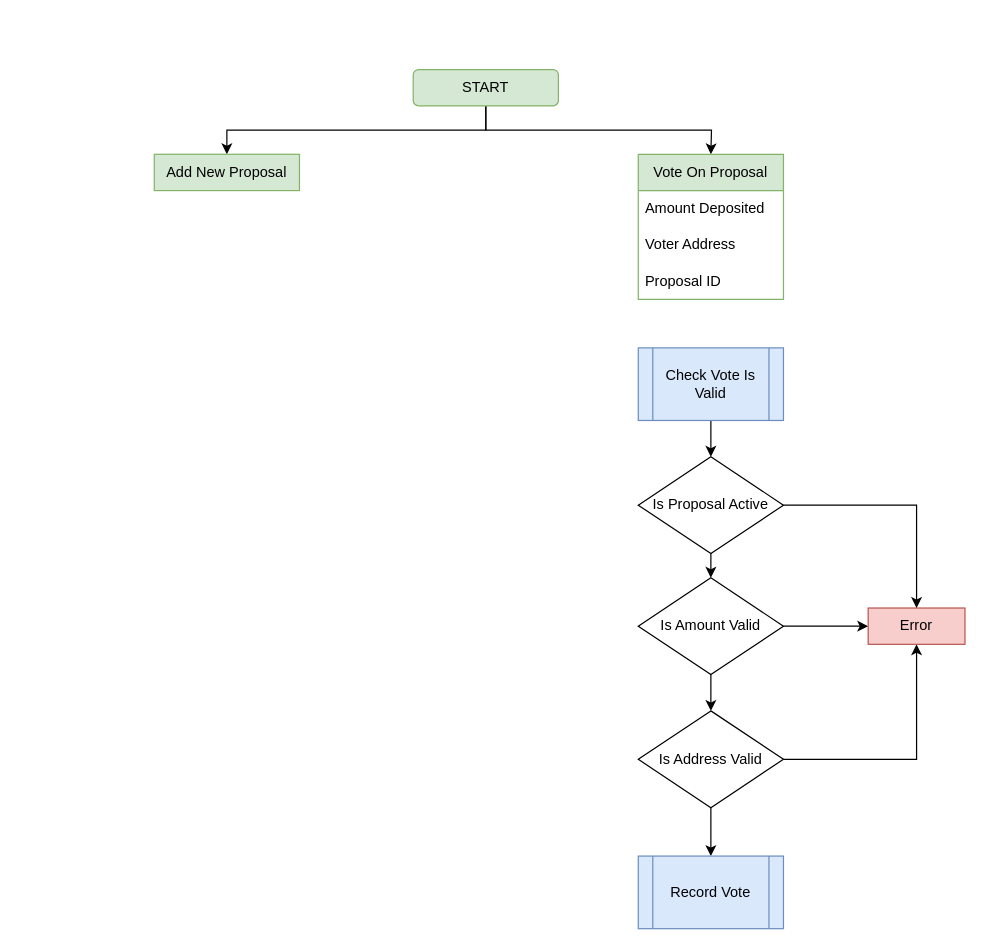
The draw.io diagram Graphite.drawio in hello-adam-martin/diagrams, before the edit. Source tidied: cells renumbered, new cells numbered last; positions are measured from the earlier drawing's top-left corner, leaving out a move shared by most shapes. Both pictures are drawn from the tidied source at 121%, with x=0, y=0 at pixel (154, 69).
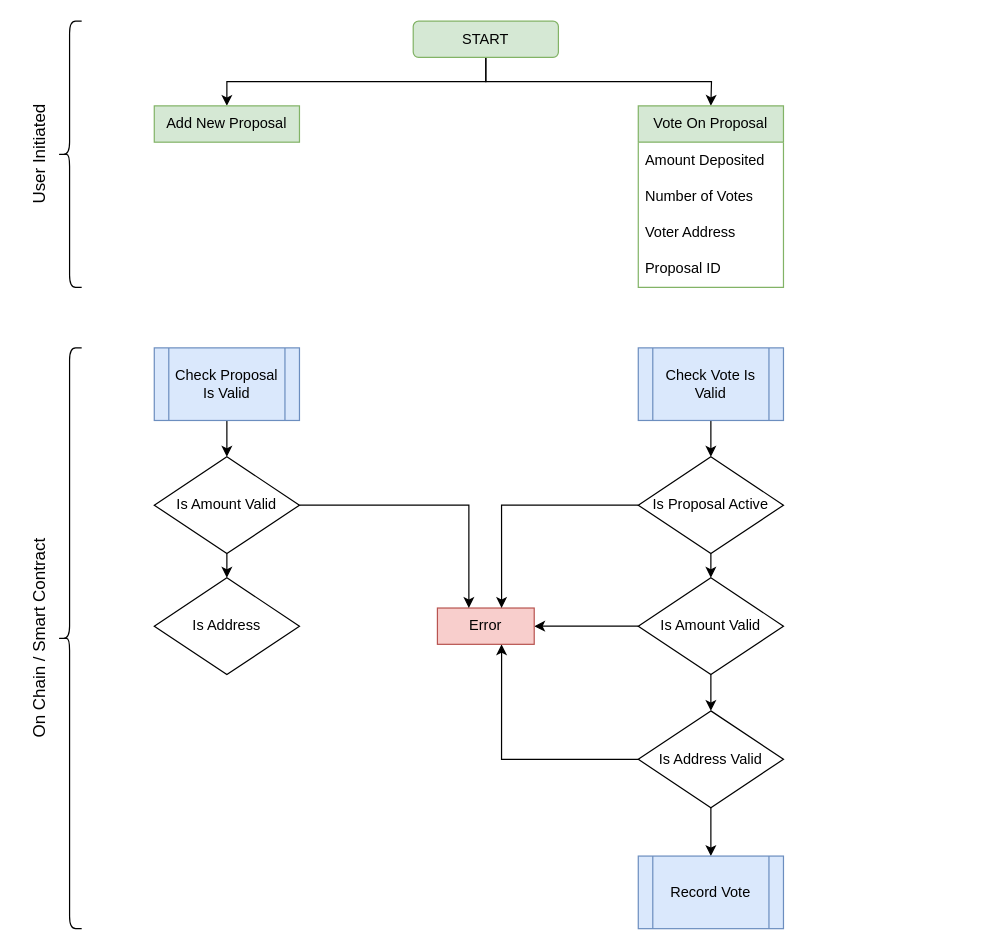
The same diagram, later.

Unchanged cells that the change refers to:
```xml
<mxCell id="14" value="Is Amount Valid" style="rhombus;whiteSpace=wrap;html=1;" parent="1" vertex="1">
  <mxGeometry x="400" y="420" width="120" height="80" as="geometry" />
</mxCell>
<mxCell id="17" value="Is Address Valid" style="rhombus;whiteSpace=wrap;html=1;" parent="1" vertex="1">
  <mxGeometry x="400" y="530" width="120" height="80" as="geometry" />
</mxCell>
<mxCell id="19" value="Record Vote" style="shape=process;whiteSpace=wrap;html=1;backgroundOutline=1;fillColor=#dae8fc;strokeColor=#6c8ebf;" parent="1" vertex="1">
  <mxGeometry x="400" y="650" width="120" height="60" as="geometry" />
</mxCell>
<mxCell id="22" value="Is Proposal Active" style="rhombus;whiteSpace=wrap;html=1;" parent="1" vertex="1">
  <mxGeometry x="400" y="320" width="120" height="80" as="geometry" />
</mxCell>
```

Diff of the diagram source:
```diff
@@
     <mxCell id="3" style="edgeStyle=orthogonalEdgeStyle;rounded=0;jettySize=auto;html=1;exitX=0.5;exitY=1;exitDx=0;exitDy=0;entryX=0.5;entryY=0;entryDx=0;entryDy=0;" parent="1" edge="1" source="4">
       <mxGeometry relative="1" as="geometry">
-        <mxPoint x="460" y="70" as="targetPoint" />
+        <mxPoint x="460" y="30" as="targetPoint" />
       </mxGeometry>
     </mxCell>
     <mxCell id="4" value="START" style="rounded=1;whiteSpace=wrap;html=1;fillColor=#d5e8d4;strokeColor=#82b366;" parent="1" vertex="1">
-      <mxGeometry x="214" width="120" height="30" as="geometry" />
+      <mxGeometry x="214" y="-40" width="120" height="30" as="geometry" />
     </mxCell>
     <mxCell id="5" value="Add New Proposal" style="rounded=0;whiteSpace=wrap;html=1;fillColor=#d5e8d4;strokeColor=#82b366;" parent="1" vertex="1">
-      <mxGeometry y="70" width="120" height="30" as="geometry" />
+      <mxGeometry y="30" width="120" height="30" as="geometry" />
     </mxCell>
     <mxCell id="6" value="Vote On Proposal" style="swimlane;fontStyle=0;horizontal=1;startSize=30;whiteSpace=wrap;html=1;swimlaneLine=1;fillColor=#d5e8d4;strokeColor=#82b366;" parent="1" vertex="1">
-      <mxGeometry x="400" y="70" width="120" height="120" as="geometry" />
+      <mxGeometry x="400" y="30" width="120" height="150" as="geometry" />
     </mxCell>
@@
+    <mxCell id="23" value="Number of Votes" style="text;strokeColor=none;fillColor=none;align=left;verticalAlign=middle;spacingLeft=4;spacingRight=4;overflow=hidden;whiteSpace=wrap;html=1;" parent="6" vertex="1">
+      <mxGeometry y="60" width="120" height="30" as="geometry" />
+    </mxCell>
     <mxCell id="8" value="Voter Address" style="text;strokeColor=none;fillColor=none;align=left;verticalAlign=middle;spacingLeft=4;spacingRight=4;overflow=hidden;whiteSpace=wrap;html=1;" parent="6" vertex="1">
-      <mxGeometry y="60" width="120" height="30" as="geometry" />
+      <mxGeometry y="90" width="120" height="30" as="geometry" />
     </mxCell>
     <mxCell id="9" value="Proposal ID" style="text;strokeColor=none;fillColor=none;align=left;verticalAlign=middle;spacingLeft=4;spacingRight=4;overflow=hidden;whiteSpace=wrap;html=1;" parent="6" vertex="1">
-      <mxGeometry y="90" width="120" height="30" as="geometry" />
+      <mxGeometry y="120" width="120" height="30" as="geometry" />
     </mxCell>
@@
-    <mxCell id="13" style="edgeStyle=orthogonalEdgeStyle;rounded=0;jettySize=auto;html=1;exitX=1;exitY=0.5;exitDx=0;exitDy=0;entryX=0;entryY=0.5;entryDx=0;entryDy=0;startArrow=none;startFill=0;endArrow=classic;endFill=1;" parent="1" edge="1" source="14" target="18">
+    <mxCell id="13" style="edgeStyle=orthogonalEdgeStyle;rounded=0;jettySize=auto;html=1;exitX=0;exitY=0.5;exitDx=0;exitDy=0;entryX=1;entryY=0.5;entryDx=0;entryDy=0;fontSize=14;startArrow=none;startFill=0;endArrow=classic;endFill=1;" parent="1" edge="1" source="14" target="18">
       <mxGeometry relative="1" as="geometry" />
     </mxCell>
@@
+    <mxCell id="16" style="edgeStyle=orthogonalEdgeStyle;rounded=0;jettySize=auto;html=1;exitX=0.5;exitY=1;exitDx=0;exitDy=0;entryX=0.5;entryY=0;entryDx=0;entryDy=0;startArrow=none;startFill=0;endArrow=classic;endFill=1;" parent="1" edge="1" source="17" target="19">
+      <mxGeometry relative="1" as="geometry" />
+    </mxCell>
-    <mxCell id="15" style="edgeStyle=orthogonalEdgeStyle;rounded=0;jettySize=auto;html=1;exitX=1;exitY=0.5;exitDx=0;exitDy=0;entryX=0.5;entryY=1;entryDx=0;entryDy=0;" parent="1" edge="1" source="17" target="18">
+    <mxCell id="15" style="edgeStyle=orthogonalEdgeStyle;rounded=0;jettySize=auto;html=1;exitX=0;exitY=0.5;exitDx=0;exitDy=0;entryX=0.663;entryY=1;entryDx=0;entryDy=0;entryPerimeter=0;fontSize=14;startArrow=none;startFill=0;endArrow=classic;endFill=1;" parent="1" edge="1" source="17" target="18">
       <mxGeometry relative="1" as="geometry" />
     </mxCell>
-    <mxCell id="16" style="edgeStyle=orthogonalEdgeStyle;rounded=0;jettySize=auto;html=1;exitX=0.5;exitY=1;exitDx=0;exitDy=0;entryX=0.5;entryY=0;entryDx=0;entryDy=0;startArrow=none;startFill=0;endArrow=classic;endFill=1;" parent="1" edge="1" source="17" target="19">
-      <mxGeometry relative="1" as="geometry" />
-    </mxCell>
@@
     <mxCell id="18" value="Error" style="rounded=0;whiteSpace=wrap;html=1;fillColor=#f8cecc;strokeColor=#b85450;" parent="1" vertex="1">
-      <mxGeometry x="590" y="445" width="80" height="30" as="geometry" />
+      <mxGeometry x="234" y="445" width="80" height="30" as="geometry" />
     </mxCell>
@@
+    <mxCell id="21" style="edgeStyle=orthogonalEdgeStyle;rounded=0;jettySize=auto;html=1;exitX=0.5;exitY=1;exitDx=0;exitDy=0;entryX=0.5;entryY=0;entryDx=0;entryDy=0;startArrow=none;startFill=0;endArrow=classic;endFill=1;" parent="1" edge="1" source="22" target="14">
+      <mxGeometry relative="1" as="geometry" />
+    </mxCell>
-    <mxCell id="20" style="edgeStyle=orthogonalEdgeStyle;rounded=0;jettySize=auto;html=1;exitX=1;exitY=0.5;exitDx=0;exitDy=0;entryX=0.5;entryY=0;entryDx=0;entryDy=0;startArrow=none;startFill=0;endArrow=classic;endFill=1;" parent="1" edge="1" source="22" target="18">
+    <mxCell id="20" style="edgeStyle=orthogonalEdgeStyle;rounded=0;jettySize=auto;html=1;exitX=0;exitY=0.5;exitDx=0;exitDy=0;entryX=0.663;entryY=0;entryDx=0;entryDy=0;entryPerimeter=0;fontSize=14;startArrow=none;startFill=0;endArrow=classic;endFill=1;" parent="1" edge="1" source="22" target="18">
       <mxGeometry relative="1" as="geometry" />
     </mxCell>
-    <mxCell id="21" style="edgeStyle=orthogonalEdgeStyle;rounded=0;jettySize=auto;html=1;exitX=0.5;exitY=1;exitDx=0;exitDy=0;entryX=0.5;entryY=0;entryDx=0;entryDy=0;startArrow=none;startFill=0;endArrow=classic;endFill=1;" parent="1" edge="1" source="22" target="14">
-      <mxGeometry relative="1" as="geometry" />
-    </mxCell>
@@
+    <mxCell id="24" style="shape=curlyBracket;whiteSpace=wrap;html=1;rounded=1;labelPosition=left;verticalLabelPosition=middle;align=right;verticalAlign=middle;" parent="1" vertex="1">
+      <mxGeometry x="-80" y="230" width="20" height="480" as="geometry" />
+    </mxCell>
+    <mxCell id="25" value="On Chain / Smart Contract" style="text;html=1;strokeColor=none;fillColor=none;align=center;verticalAlign=middle;whiteSpace=wrap;rounded=0;rotation=-90;fontSize=14;" parent="1" vertex="1">
+      <mxGeometry x="-180" y="455" width="170" height="30" as="geometry" />
+    </mxCell>
+    <mxCell id="26" style="shape=curlyBracket;whiteSpace=wrap;html=1;rounded=1;labelPosition=left;verticalLabelPosition=middle;align=right;verticalAlign=middle;fontSize=14;" parent="1" vertex="1">
+      <mxGeometry x="-80" y="-40" width="20" height="220" as="geometry" />
+    </mxCell>
+    <mxCell id="27" value="User Initiated" style="text;html=1;strokeColor=none;fillColor=none;align=center;verticalAlign=middle;whiteSpace=wrap;rounded=0;rotation=-90;fontSize=14;" parent="1" vertex="1">
+      <mxGeometry x="-180" y="55" width="170" height="30" as="geometry" />
+    </mxCell>
+    <mxCell id="28" style="edgeStyle=orthogonalEdgeStyle;rounded=0;jettySize=auto;html=1;exitX=0.5;exitY=1;exitDx=0;exitDy=0;entryX=0.5;entryY=0;entryDx=0;entryDy=0;fontSize=14;startArrow=none;startFill=0;endArrow=classic;endFill=1;" parent="1" edge="1" source="29" target="32">
+      <mxGeometry relative="1" as="geometry" />
+    </mxCell>
+    <mxCell id="29" value="Check Proposal Is Valid" style="shape=process;whiteSpace=wrap;html=1;backgroundOutline=1;fillColor=#dae8fc;strokeColor=#6c8ebf;" parent="1" vertex="1">
+      <mxGeometry y="230" width="120" height="60" as="geometry" />
+    </mxCell>
+    <mxCell id="30" style="edgeStyle=orthogonalEdgeStyle;rounded=0;jettySize=auto;html=1;exitX=1;exitY=0.5;exitDx=0;exitDy=0;fontSize=14;startArrow=none;startFill=0;endArrow=classic;endFill=1;" parent="1" edge="1" source="32" target="18">
+      <mxGeometry relative="1" as="geometry">
+        <Array as="points">
+          <mxPoint x="260" y="360" />
+        </Array>
+      </mxGeometry>
+    </mxCell>
+    <mxCell id="31" style="edgeStyle=orthogonalEdgeStyle;rounded=0;jettySize=auto;html=1;exitX=0.5;exitY=1;exitDx=0;exitDy=0;entryX=0.5;entryY=0;entryDx=0;entryDy=0;fontSize=14;startArrow=none;startFill=0;endArrow=classic;endFill=1;" parent="1" edge="1" source="32" target="33">
+      <mxGeometry relative="1" as="geometry" />
+    </mxCell>
+    <mxCell id="32" value="Is Amount Valid" style="rhombus;whiteSpace=wrap;html=1;" parent="1" vertex="1">
+      <mxGeometry y="320" width="120" height="80" as="geometry" />
+    </mxCell>
+    <mxCell id="33" value="Is Address" style="rhombus;whiteSpace=wrap;html=1;" parent="1" vertex="1">
+      <mxGeometry y="420" width="120" height="80" as="geometry" />
+    </mxCell>
```
